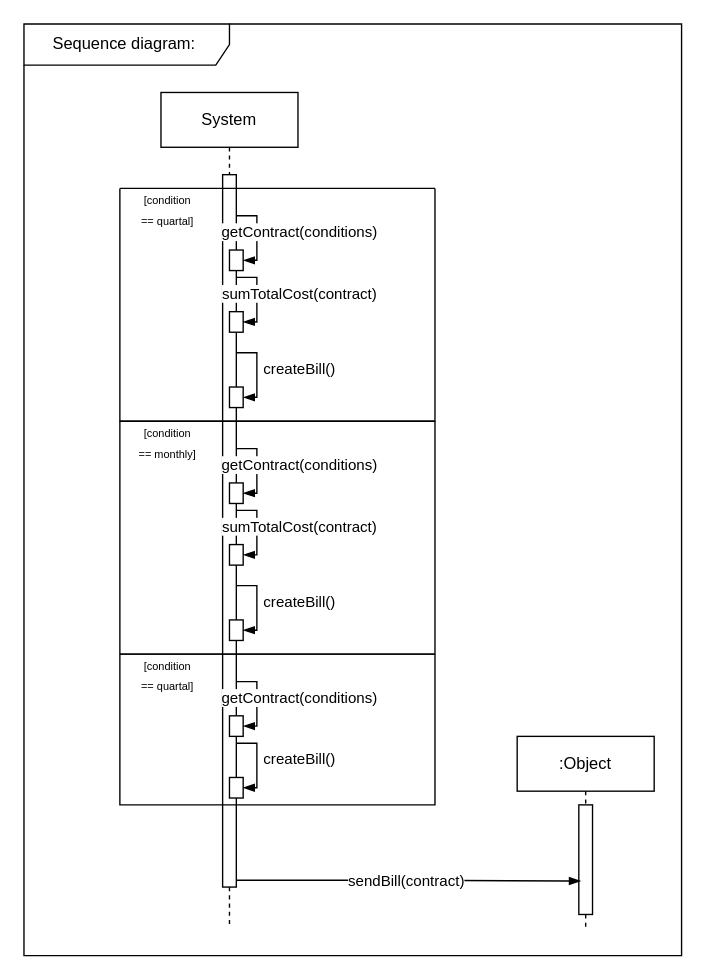
The draw.io diagram diagrams/B4/B4_Bill.drawio in Lenni528/UMLions, before the edit. Source tidied: cells renumbered, new cells numbered last; positions are measured from the earlier drawing's top-left corner, leaving out a move shared by most shapes. Both pictures are drawn from the tidied source at 137%, with x=0, y=0 at pixel (23, 23).
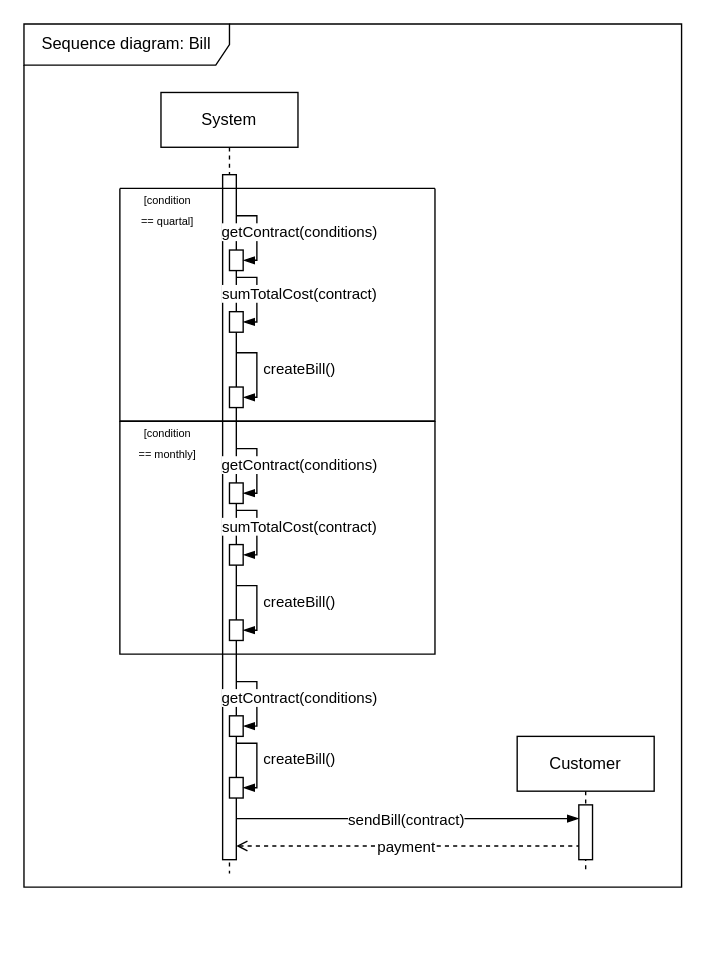
Above is the later version.

The edit, as a diff of the source:
```diff
@@
     <mxCell id="2" value="System" style="shape=umlLifeline;perimeter=lifelinePerimeter;whiteSpace=wrap;html=1;newEdgeStyle={&quot;curved&quot;:0,&quot;rounded&quot;:0};" parent="1" vertex="1">
-      <mxGeometry x="100" y="50" width="100" height="610" as="geometry" />
+      <mxGeometry x="100" y="50" width="100" height="570" as="geometry" />
     </mxCell>
-    <mxCell id="3" value="Sequence diagram:&amp;nbsp;" style="shape=umlFrame;whiteSpace=wrap;html=1;width=150;height=30;" parent="1" vertex="1">
-      <mxGeometry width="480" height="680" as="geometry" />
+    <mxCell id="3" value="Sequence diagram: Bill" style="shape=umlFrame;whiteSpace=wrap;html=1;width=150;height=30;" parent="1" vertex="1">
+      <mxGeometry width="480" height="630" as="geometry" />
     </mxCell>
     <mxCell id="4" style="html=1;points=[[0,0,0,0,5],[0,1,0,0,-5],[1,0,0,0,5],[1,1,0,0,-5]];perimeter=orthogonalPerimeter;outlineConnect=0;targetShapes=umlLifeline;portConstraint=eastwest;newEdgeStyle={&quot;curved&quot;:0,&quot;rounded&quot;:0};" parent="1" vertex="1">
-      <mxGeometry x="145" y="110" width="10" height="520" as="geometry" />
+      <mxGeometry x="145" y="110" width="10" height="500" as="geometry" />
     </mxCell>
@@
     <mxCell id="27" style="swimlane;startSize=0;" parent="1" vertex="1">
-      <mxGeometry x="70" y="460" width="230" height="110" as="geometry" />
+      <mxGeometry x="70" y="460" width="230" as="geometry" />
     </mxCell>
@@
-    <mxCell id="34" value="&lt;font style=&quot;font-size: 8px;&quot;&gt;[condition&lt;br&gt;== quartal]&lt;/font&gt;" style="text;html=1;align=center;verticalAlign=middle;whiteSpace=wrap;rounded=0;" parent="1" vertex="1">
-      <mxGeometry x="60" y="460" width="90" height="30" as="geometry" />
-    </mxCell>
-    <mxCell id="35" value=":Object" style="shape=umlLifeline;perimeter=lifelinePerimeter;whiteSpace=wrap;html=1;newEdgeStyle={&quot;curved&quot;:0,&quot;rounded&quot;:0};" parent="1" vertex="1">
-      <mxGeometry x="360" y="520" width="100" height="140" as="geometry" />
+    <mxCell id="35" value="Customer" style="shape=umlLifeline;perimeter=lifelinePerimeter;whiteSpace=wrap;html=1;newEdgeStyle={&quot;curved&quot;:0,&quot;rounded&quot;:0};" parent="1" vertex="1">
+      <mxGeometry x="360" y="520" width="100" height="100" as="geometry" />
     </mxCell>
     <mxCell id="36" style="html=1;points=[[0,0,0,0,5],[0,1,0,0,-5],[1,0,0,0,5],[1,1,0,0,-5]];perimeter=orthogonalPerimeter;outlineConnect=0;targetShapes=umlLifeline;portConstraint=eastwest;newEdgeStyle={&quot;curved&quot;:0,&quot;rounded&quot;:0};" parent="35" vertex="1">
-      <mxGeometry x="45" y="50" width="10" height="80" as="geometry" />
+      <mxGeometry x="45" y="50" width="10" height="40" as="geometry" />
     </mxCell>
-    <mxCell id="37" style="edgeStyle=elbowEdgeStyle;fontSize=12;html=1;endArrow=blockThin;endFill=1;rounded=0;exitX=1;exitY=1;exitDx=0;exitDy=-5;exitPerimeter=0;entryX=0.129;entryY=0.695;entryDx=0;entryDy=0;entryPerimeter=0;" parent="1" edge="1" source="4" target="36">
-      <mxGeometry relative="1" as="geometry" />
+    <mxCell id="37" style="edgeStyle=elbowEdgeStyle;fontSize=12;html=1;endArrow=blockThin;endFill=1;rounded=0;" parent="1" edge="1">
+      <mxGeometry relative="1" as="geometry">
+        <mxPoint x="155" y="580" as="sourcePoint" />
+        <mxPoint x="405" y="580" as="targetPoint" />
+        <Array as="points">
+          <mxPoint x="330" y="580" />
+        </Array>
+      </mxGeometry>
     </mxCell>
@@
+    <mxCell id="39" style="edgeStyle=elbowEdgeStyle;fontSize=12;html=1;endArrow=none;endFill=0;rounded=0;startArrow=open;startFill=0;dashed=1;" parent="1" edge="1">
+      <mxGeometry relative="1" as="geometry">
+        <mxPoint x="155" y="600" as="sourcePoint" />
+        <mxPoint x="405" y="600" as="targetPoint" />
+        <Array as="points">
+          <mxPoint x="330" y="600" />
+        </Array>
+      </mxGeometry>
+    </mxCell>
+    <mxCell id="40" value="payment" style="edgeLabel;html=1;align=center;verticalAlign=middle;" parent="39" vertex="1">
+      <mxGeometry x="-0.02" relative="1" as="geometry" />
+    </mxCell>
```
